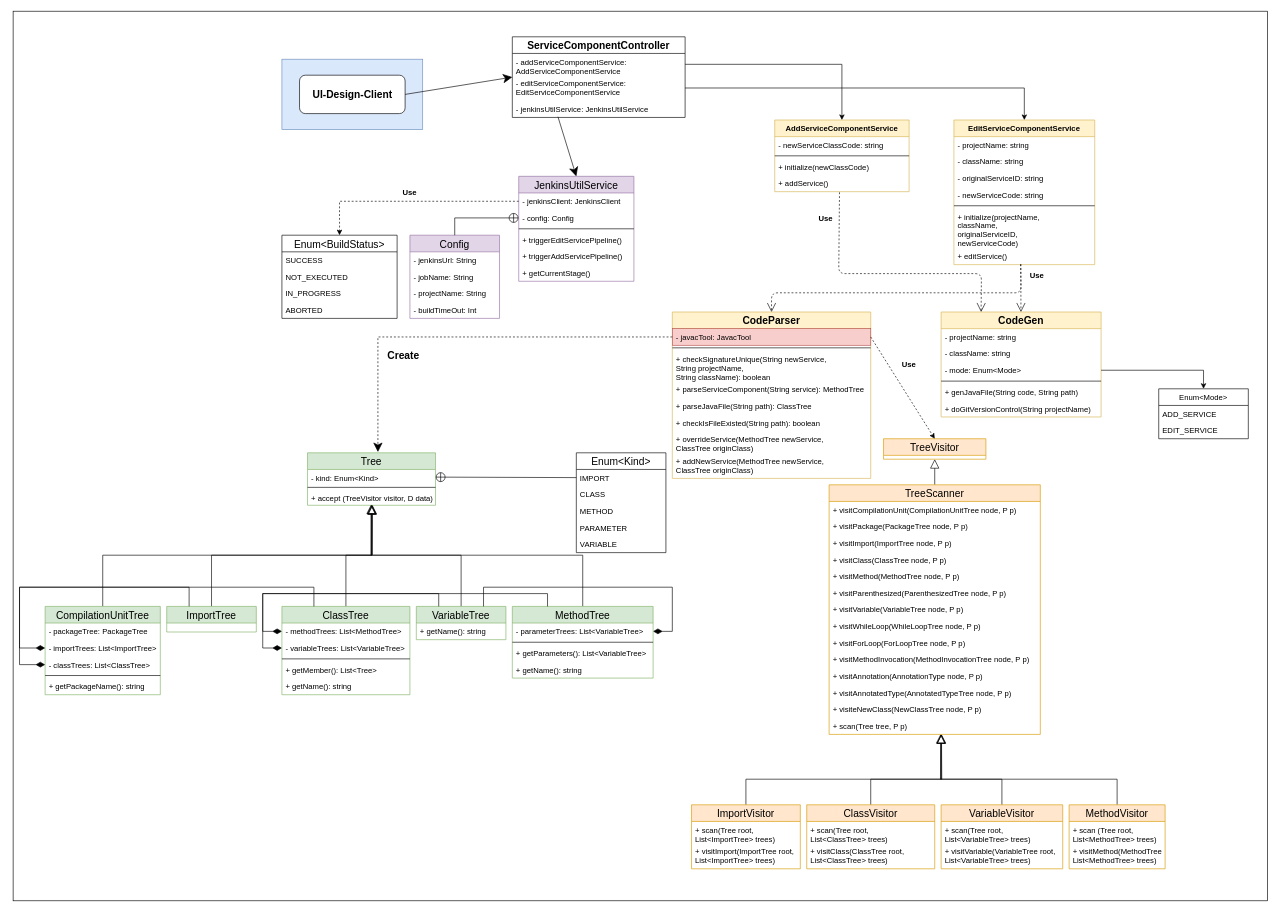
MingHsuan0313/UI-Design-Server keeps this draw.io diagram as page "Class Diagram" (3 of 3) of UIDesignServerClassDiagram.drawio. Above is the earlier version. Source tidied: cells renumbered, new cells numbered last; positions are measured from the earlier drawing's top-left corner, leaving out a move shared by most shapes. Both pictures are drawn from the tidied source at 64%, with x=0, y=0 at pixel (13, 11).
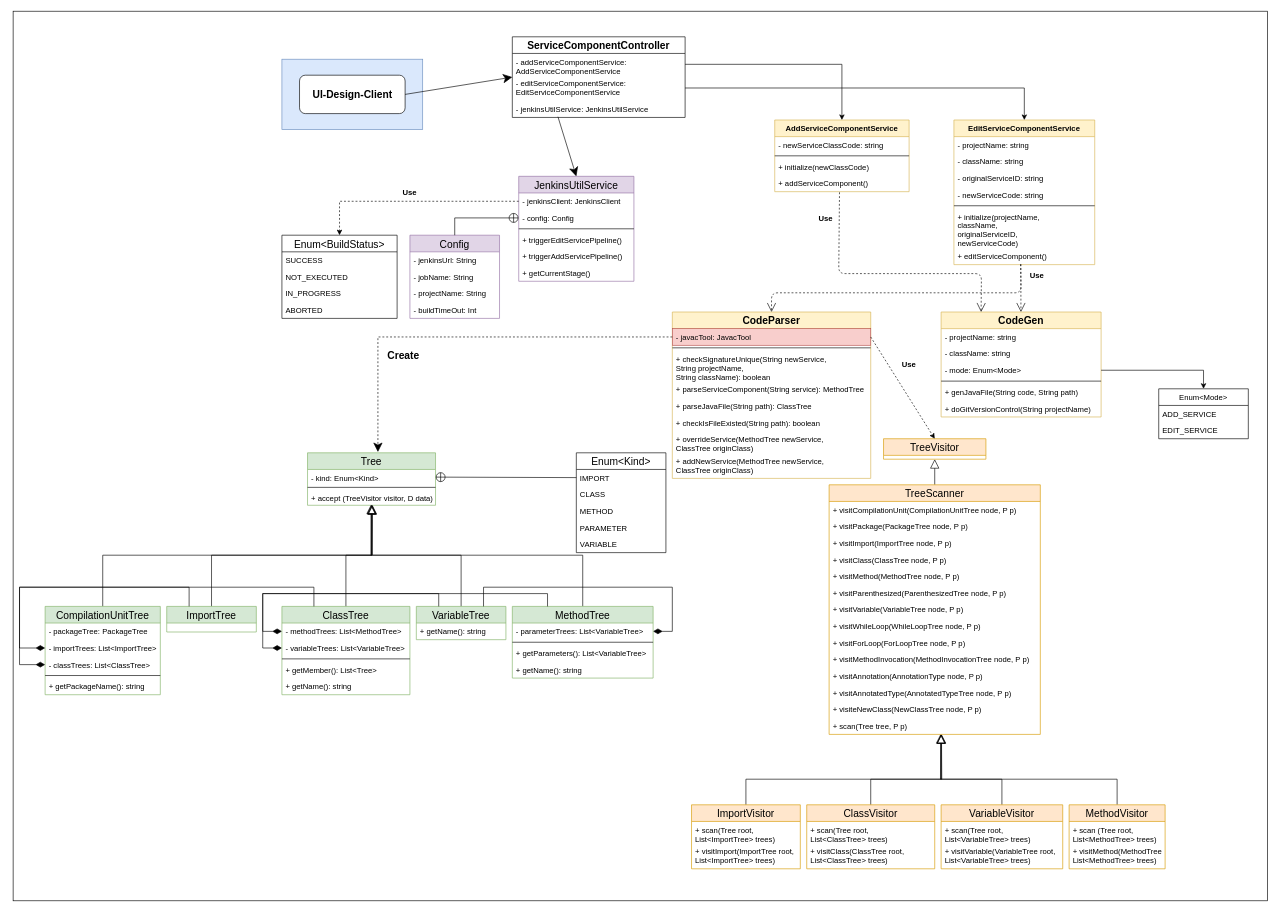
After the change.

Unchanged cells that the change refers to:
```xml
<mxCell id="35" value="EditServiceComponentService" style="swimlane;fontStyle=1;horizontal=1;startSize=26;fillColor=#fff2cc;strokeColor=#d6b656;" parent="1" vertex="1">
  <mxGeometry x="1470" y="170" width="220" height="226" as="geometry" />
</mxCell>
<mxCell id="64" value="AddServiceComponentService" style="swimlane;fontStyle=1;horizontal=1;startSize=26;fillColor=#fff2cc;strokeColor=#d6b656;" parent="1" vertex="1">
  <mxGeometry x="1190" y="170" width="210" height="112" as="geometry" />
</mxCell>
```

The edit, as a diff of the source:
```diff
@@
-    <mxCell id="42" value="+ editService()" style="text;strokeColor=none;fillColor=none;align=left;verticalAlign=top;spacingLeft=4;spacingRight=4;overflow=hidden;points=[[0,0.5],[1,0.5]];portConstraint=eastwest;" parent="35" vertex="1">
+    <mxCell id="42" value="+ editServiceComponent()" style="text;strokeColor=none;fillColor=none;align=left;verticalAlign=top;spacingLeft=4;spacingRight=4;overflow=hidden;points=[[0,0.5],[1,0.5]];portConstraint=eastwest;" parent="35" vertex="1">
       <mxGeometry y="200" width="220" height="26" as="geometry" />
     </mxCell>
@@
-    <mxCell id="68" value="+ addService()" style="text;strokeColor=none;fillColor=none;align=left;verticalAlign=top;spacingLeft=4;spacingRight=4;overflow=hidden;points=[[0,0.5],[1,0.5]];portConstraint=eastwest;" parent="64" vertex="1">
+    <mxCell id="68" value="+ addServiceComponent()" style="text;strokeColor=none;fillColor=none;align=left;verticalAlign=top;spacingLeft=4;spacingRight=4;overflow=hidden;points=[[0,0.5],[1,0.5]];portConstraint=eastwest;" parent="64" vertex="1">
       <mxGeometry y="86" width="210" height="26" as="geometry" />
     </mxCell>
```
